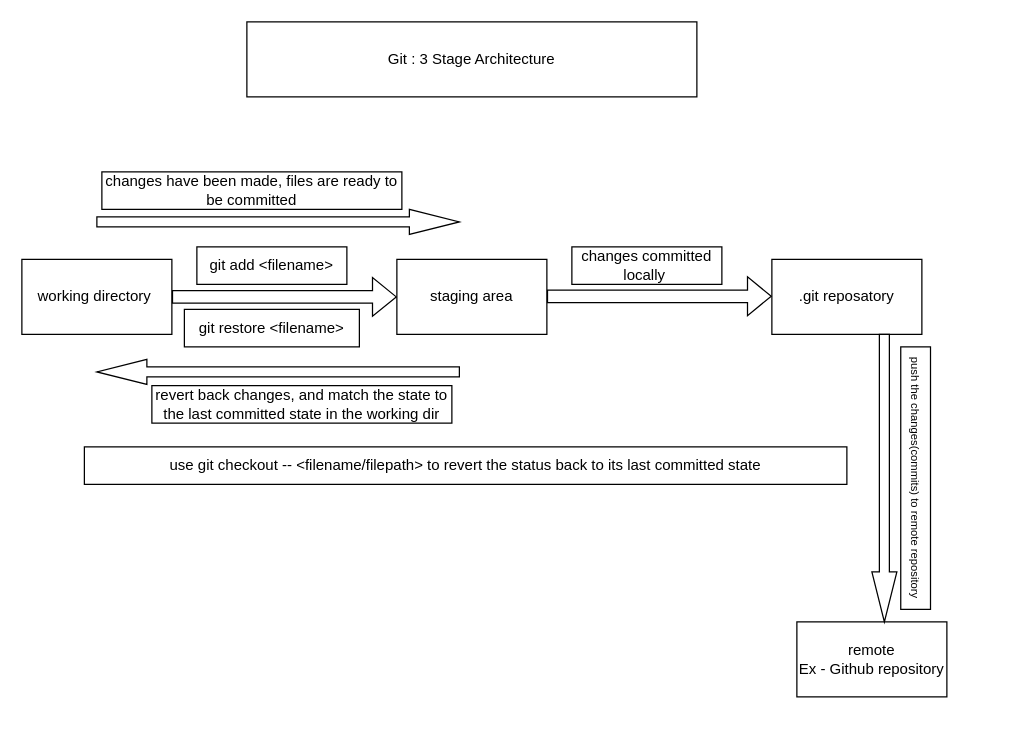
Earlier version of the draw.io diagram Git_architecture.drawio (mj111312/learning-Git). Source tidied: cells renumbered, new cells numbered last; positions are measured from the earlier drawing's top-left corner, leaving out a move shared by most shapes. Both pictures are drawn from the tidied source at 125%, with x=0, y=0 at pixel (21, 21).
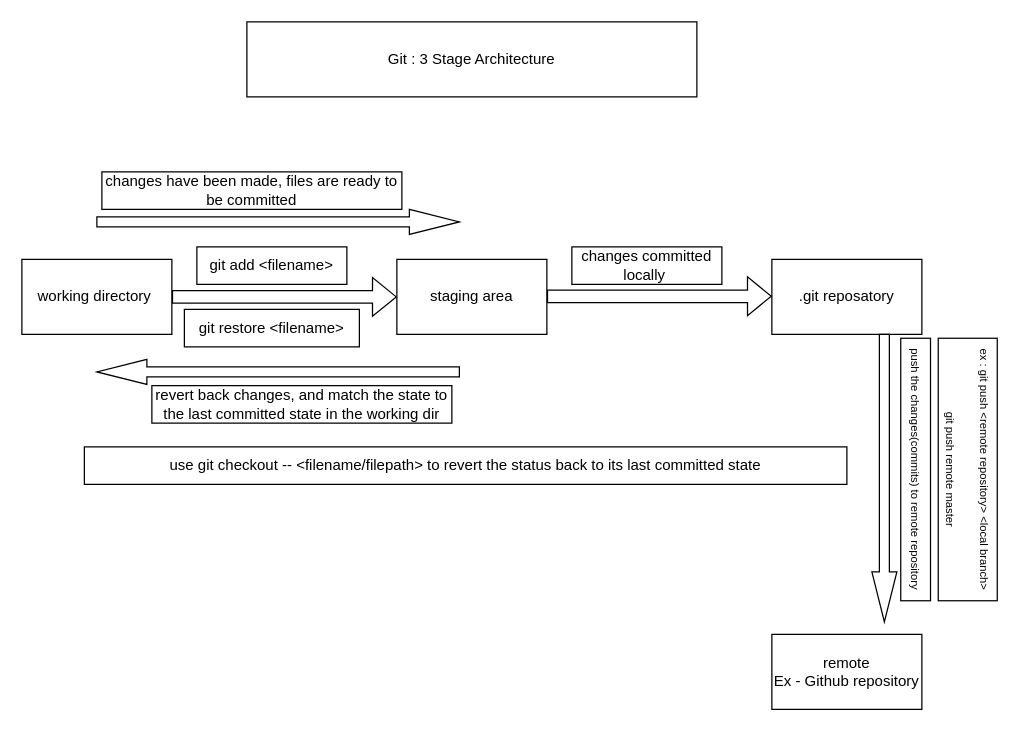
After the change.

Commit message (it also covers changes not shown here):
added example of git push command into architecture diagram

What changed in the source:
```diff
@@
     <mxCell id="15" value="remote&lt;div&gt;Ex - Github repository&lt;/div&gt;" style="rounded=0;whiteSpace=wrap;html=1;" parent="1" vertex="1">
-      <mxGeometry x="620" y="480" width="120" height="60" as="geometry" />
+      <mxGeometry x="600" y="490" width="120" height="60" as="geometry" />
     </mxCell>
@@
     <mxCell id="18" value="&lt;pre&gt;&lt;font style=&quot;font-size: 9px;&quot; face=&quot;Helvetica&quot;&gt;push the changes(commits) to remote repository&lt;/font&gt;&lt;/pre&gt;" style="rounded=0;whiteSpace=wrap;html=1;direction=south;flipH=1;rotation=90;" parent="1" vertex="1">
-      <mxGeometry x="610" y="353.1" width="210" height="23.8" as="geometry" />
+      <mxGeometry x="610" y="346.2" width="210" height="23.8" as="geometry" />
     </mxCell>
+    <mxCell id="19" value="&lt;pre&gt;&lt;font style=&quot;font-size: 9px;&quot; face=&quot;Helvetica&quot;&gt;ex : git push &amp;lt;remote repository&amp;gt; &amp;lt;local branch&amp;gt;&lt;/font&gt;&lt;/pre&gt;&lt;pre&gt;&lt;font style=&quot;font-size: 9px;&quot; face=&quot;Helvetica&quot;&gt;git push remote master&lt;/font&gt;&lt;/pre&gt;" style="rounded=0;whiteSpace=wrap;html=1;direction=south;flipH=1;rotation=90;" parent="1" vertex="1">
+      <mxGeometry x="651.7" y="334.5" width="210" height="47.2" as="geometry" />
+    </mxCell>
```
